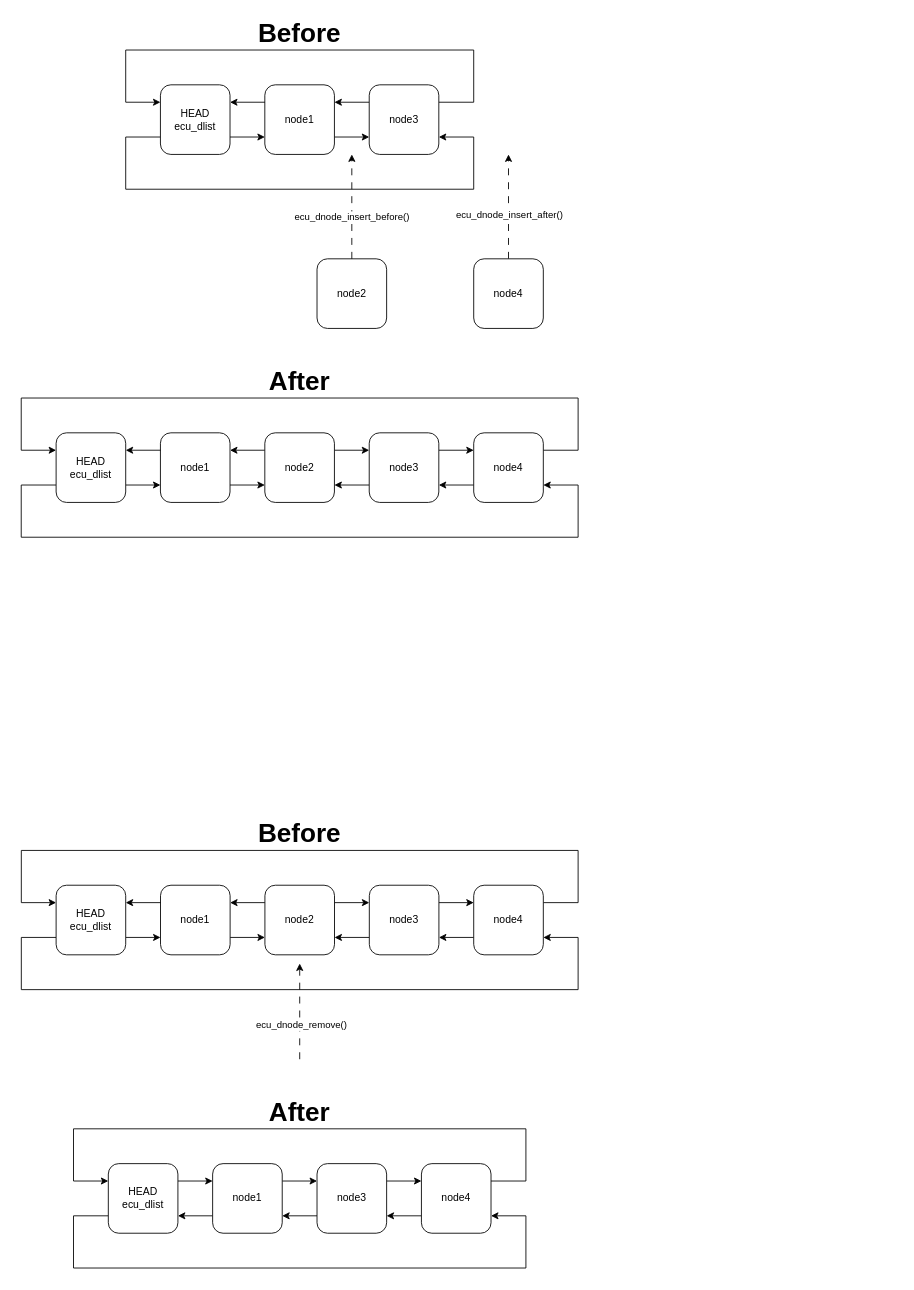
This is page "ecu_dnode_insert_before" (4 of 15) of doc/images/dlist/dlist.drawio from ress059/ecu, a draw.io file, before an edit. Source tidied: cells renumbered, new cells numbered last; positions are measured from the earlier drawing's top-left corner, leaving out a move shared by most shapes. Both pictures are drawn from the tidied source at 87%, with x=0, y=0 at pixel (21, 15).
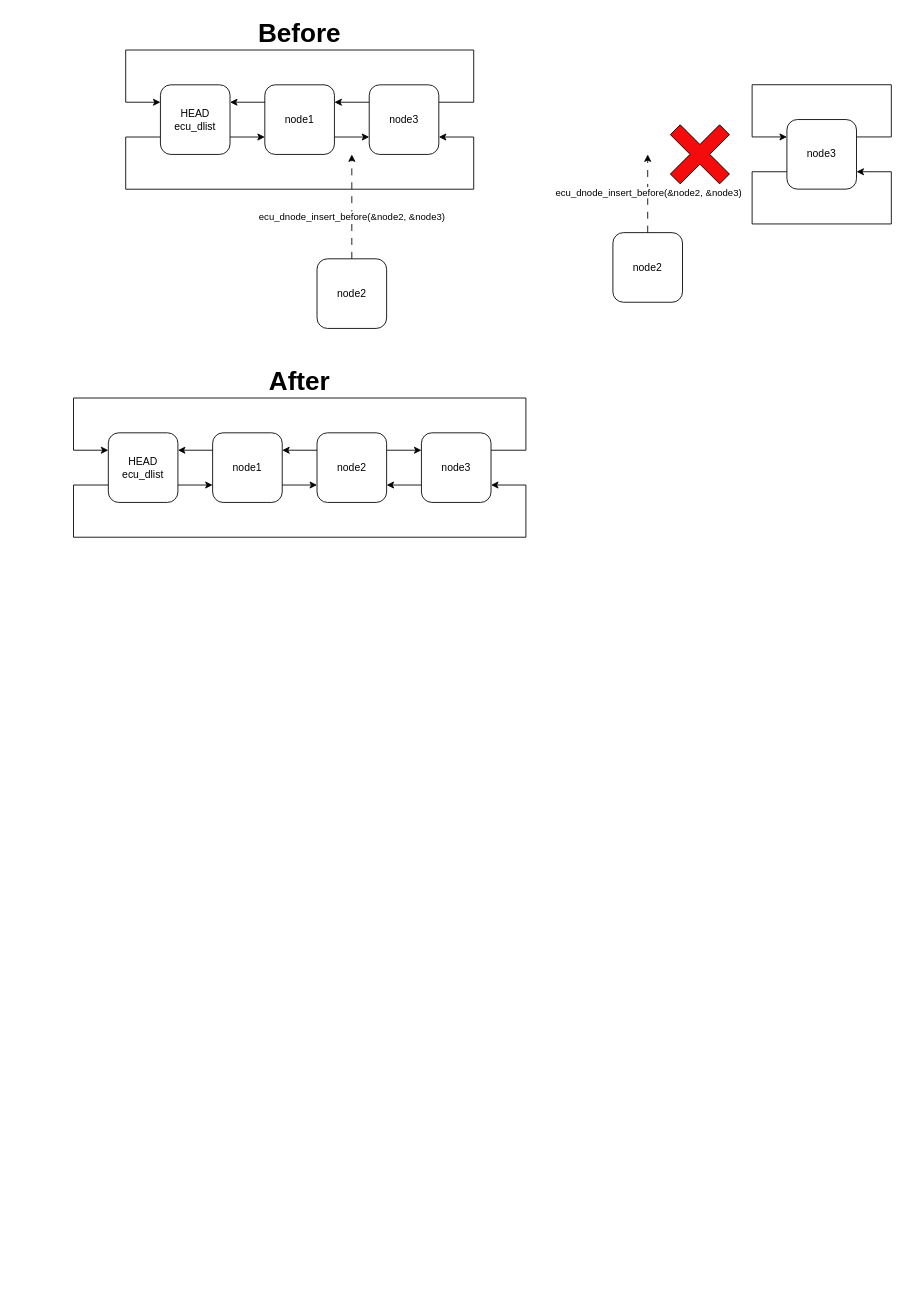
Above is the later version.

Unchanged cells that the change refers to:
```xml
<mxCell id="15" style="endArrow=classic;html=1;rounded=0;dashed=1;exitX=0.5;exitY=0;exitDx=0;exitDy=0;dashPattern=8 8;" parent="1" edge="1" source="11">
  <mxGeometry relative="1" as="geometry">
    <mxPoint x="379.9" y="160" as="targetPoint" />
  </mxGeometry>
</mxCell>
```

Diff of the diagram source:
```diff
@@
-    <mxCell id="12" style="edgeStyle=orthogonalEdgeStyle;rounded=0;jettySize=auto;html=1;dashed=1;dashPattern=8 8;exitX=0.5;exitY=0;exitDx=0;exitDy=0;" parent="1" edge="1" source="14">
-      <mxGeometry relative="1" as="geometry">
-        <mxPoint x="560" y="160" as="targetPoint" />
-        <Array as="points">
-          <mxPoint x="560" y="160" />
-        </Array>
-      </mxGeometry>
-    </mxCell>
-    <mxCell id="13" value="ecu_dnode_insert_after()" style="edgeLabel;html=1;align=center;verticalAlign=middle;" parent="12" vertex="1">
-      <mxGeometry x="-0.09" y="-1" relative="1" as="geometry">
-        <mxPoint x="-1" y="4" as="offset" />
-      </mxGeometry>
-    </mxCell>
-    <mxCell id="14" value="node4" style="rounded=1;whiteSpace=wrap;html=1;" parent="1" vertex="1">
-      <mxGeometry x="520" y="280" width="80" height="80" as="geometry" />
-    </mxCell>
@@
-    <mxCell id="16" value="ecu_dnode_insert_before()" style="edgeLabel;html=1;align=center;verticalAlign=middle;" parent="15" vertex="1">
+    <mxCell id="16" value="ecu_dnode_insert_before(&amp;amp;node2, &amp;amp;node3)" style="edgeLabel;html=1;align=center;verticalAlign=middle;" parent="15" vertex="1">
       <mxGeometry x="0.27" y="-2" relative="1" as="geometry">
         <mxPoint x="-2" y="27" as="offset" />
       </mxGeometry>
     </mxCell>
     <mxCell id="17" style="edgeStyle=orthogonalEdgeStyle;rounded=0;jettySize=auto;html=1;exitX=0;exitY=0.25;exitDx=0;exitDy=0;entryX=1;entryY=0.25;entryDx=0;entryDy=0;" parent="1" edge="1" source="20" target="23">
       <mxGeometry relative="1" as="geometry">
         <Array as="points">
-          <mxPoint x="179.9" y="500" />
-          <mxPoint x="179.9" y="500" />
+          <mxPoint x="239.9" y="500" />
+          <mxPoint x="239.9" y="500" />
         </Array>
       </mxGeometry>
     </mxCell>
-    <mxCell id="18" style="edgeStyle=orthogonalEdgeStyle;rounded=0;jettySize=auto;html=1;entryX=0;entryY=0.25;entryDx=0;entryDy=0;exitX=1;exitY=0.25;exitDx=0;exitDy=0;" parent="1" edge="1" source="31" target="23">
+    <mxCell id="18" style="edgeStyle=orthogonalEdgeStyle;rounded=0;jettySize=auto;html=1;entryX=0;entryY=0.25;entryDx=0;entryDy=0;exitX=1;exitY=0.25;exitDx=0;exitDy=0;" parent="1" edge="1" source="29" target="23">
       <mxGeometry relative="1" as="geometry">
         <Array as="points">
-          <mxPoint x="640" y="500" />
-          <mxPoint x="640" y="440" />
-          <mxPoint x="-0.1" y="440" />
-          <mxPoint x="-0.1" y="500" />
+          <mxPoint x="580" y="500" />
+          <mxPoint x="580" y="440" />
+          <mxPoint x="60" y="440" />
+          <mxPoint x="60" y="500" />
         </Array>
       </mxGeometry>
     </mxCell>
@@
     <mxCell id="20" value="node1" style="rounded=1;whiteSpace=wrap;html=1;" parent="1" vertex="1">
-      <mxGeometry x="159.9" y="480" width="80" height="80" as="geometry" />
+      <mxGeometry x="219.9" y="480" width="80" height="80" as="geometry" />
     </mxCell>
@@
-    <mxCell id="22" style="edgeStyle=orthogonalEdgeStyle;rounded=0;jettySize=auto;html=1;exitX=0;exitY=0.75;exitDx=0;exitDy=0;entryX=1;entryY=0.75;entryDx=0;entryDy=0;" parent="1" edge="1" source="23" target="31">
+    <mxCell id="22" style="edgeStyle=orthogonalEdgeStyle;rounded=0;jettySize=auto;html=1;exitX=0;exitY=0.75;exitDx=0;exitDy=0;entryX=1;entryY=0.75;entryDx=0;entryDy=0;" parent="1" edge="1" source="23" target="29">
       <mxGeometry relative="1" as="geometry">
         <Array as="points">
-          <mxPoint x="-0.1" y="540" />
-          <mxPoint x="-0.1" y="600" />
-          <mxPoint x="640" y="600" />
-          <mxPoint x="640" y="540" />
+          <mxPoint x="60" y="540" />
+          <mxPoint x="60" y="600" />
+          <mxPoint x="580" y="600" />
+          <mxPoint x="580" y="540" />
         </Array>
       </mxGeometry>
     </mxCell>
     <mxCell id="23" value="HEAD&lt;br&gt;ecu_dlist" style="rounded=1;whiteSpace=wrap;html=1;" parent="1" vertex="1">
-      <mxGeometry x="40" y="480" width="80" height="80" as="geometry" />
+      <mxGeometry x="100" y="480" width="80" height="80" as="geometry" />
     </mxCell>
@@
     <mxCell id="26" value="node2" style="rounded=1;whiteSpace=wrap;html=1;" parent="1" vertex="1">
-      <mxGeometry x="279.9" y="480" width="80" height="80" as="geometry" />
+      <mxGeometry x="339.9" y="480" width="80" height="80" as="geometry" />
     </mxCell>
@@
-    <mxCell id="28" style="edgeStyle=orthogonalEdgeStyle;rounded=0;jettySize=auto;html=1;exitX=1;exitY=0.25;exitDx=0;exitDy=0;entryX=0;entryY=0.25;entryDx=0;entryDy=0;" parent="1" edge="1" source="29" target="31">
-      <mxGeometry relative="1" as="geometry" />
-    </mxCell>
     <mxCell id="29" value="node3" style="rounded=1;whiteSpace=wrap;html=1;" parent="1" vertex="1">
-      <mxGeometry x="399.9" y="480" width="80" height="80" as="geometry" />
+      <mxGeometry x="459.9" y="480" width="80" height="80" as="geometry" />
     </mxCell>
-    <mxCell id="30" style="edgeStyle=orthogonalEdgeStyle;rounded=0;jettySize=auto;html=1;exitX=0;exitY=0.75;exitDx=0;exitDy=0;entryX=1;entryY=0.75;entryDx=0;entryDy=0;" parent="1" edge="1" source="31" target="29">
-      <mxGeometry relative="1" as="geometry" />
-    </mxCell>
-    <mxCell id="31" value="node4" style="rounded=1;whiteSpace=wrap;html=1;" parent="1" vertex="1">
-      <mxGeometry x="520" y="480" width="80" height="80" as="geometry" />
-    </mxCell>
@@
-    <mxCell id="34" style="edgeStyle=orthogonalEdgeStyle;rounded=0;jettySize=auto;html=1;entryX=0;entryY=0.25;entryDx=0;entryDy=0;exitX=1;exitY=0.25;exitDx=0;exitDy=0;" parent="1" edge="1" source="45" target="37">
-      <mxGeometry relative="1" as="geometry">
-        <Array as="points">
-          <mxPoint x="580" y="1340" />
-          <mxPoint x="580" y="1280" />
-          <mxPoint x="60" y="1280" />
-          <mxPoint x="60" y="1340" />
-        </Array>
-      </mxGeometry>
-    </mxCell>
-    <mxCell id="35" style="edgeStyle=orthogonalEdgeStyle;rounded=0;jettySize=auto;html=1;exitX=0;exitY=0.75;exitDx=0;exitDy=0;entryX=1;entryY=0.75;entryDx=0;entryDy=0;" parent="1" edge="1" source="37" target="45">
-      <mxGeometry relative="1" as="geometry">
-        <Array as="points">
-          <mxPoint x="60" y="1380" />
-          <mxPoint x="60" y="1440" />
-          <mxPoint x="580" y="1440" />
-          <mxPoint x="580" y="1380" />
-        </Array>
-      </mxGeometry>
-    </mxCell>
-    <mxCell id="36" style="edgeStyle=orthogonalEdgeStyle;rounded=0;jettySize=auto;html=1;exitX=1;exitY=0.25;exitDx=0;exitDy=0;entryX=0;entryY=0.25;entryDx=0;entryDy=0;" parent="1" edge="1" source="37" target="40">
-      <mxGeometry relative="1" as="geometry" />
-    </mxCell>
-    <mxCell id="37" value="HEAD&lt;br&gt;ecu_dlist" style="rounded=1;whiteSpace=wrap;html=1;" parent="1" vertex="1">
-      <mxGeometry x="100" y="1320" width="80" height="80" as="geometry" />
-    </mxCell>
-    <mxCell id="38" style="edgeStyle=orthogonalEdgeStyle;rounded=0;jettySize=auto;html=1;exitX=1;exitY=0.25;exitDx=0;exitDy=0;entryX=0;entryY=0.25;entryDx=0;entryDy=0;" parent="1" edge="1" source="40" target="43">
-      <mxGeometry relative="1" as="geometry" />
-    </mxCell>
-    <mxCell id="39" style="edgeStyle=orthogonalEdgeStyle;rounded=0;jettySize=auto;html=1;exitX=0;exitY=0.75;exitDx=0;exitDy=0;entryX=1;entryY=0.75;entryDx=0;entryDy=0;" parent="1" edge="1" source="40" target="37">
-      <mxGeometry relative="1" as="geometry" />
-    </mxCell>
-    <mxCell id="40" value="node1" style="rounded=1;whiteSpace=wrap;html=1;" parent="1" vertex="1">
-      <mxGeometry x="219.9" y="1320" width="80" height="80" as="geometry" />
-    </mxCell>
-    <mxCell id="41" style="edgeStyle=orthogonalEdgeStyle;rounded=0;jettySize=auto;html=1;exitX=0;exitY=0.75;exitDx=0;exitDy=0;entryX=1;entryY=0.75;entryDx=0;entryDy=0;" parent="1" edge="1" source="43" target="40">
-      <mxGeometry relative="1" as="geometry" />
-    </mxCell>
-    <mxCell id="42" style="edgeStyle=orthogonalEdgeStyle;rounded=0;jettySize=auto;html=1;exitX=1;exitY=0.25;exitDx=0;exitDy=0;entryX=0;entryY=0.25;entryDx=0;entryDy=0;" parent="1" edge="1" source="43" target="45">
-      <mxGeometry relative="1" as="geometry" />
-    </mxCell>
-    <mxCell id="43" value="node3" style="rounded=1;whiteSpace=wrap;html=1;" parent="1" vertex="1">
-      <mxGeometry x="339.9" y="1320" width="80" height="80" as="geometry" />
-    </mxCell>
-    <mxCell id="44" style="edgeStyle=orthogonalEdgeStyle;rounded=0;jettySize=auto;html=1;exitX=0;exitY=0.75;exitDx=0;exitDy=0;entryX=1;entryY=0.75;entryDx=0;entryDy=0;" parent="1" edge="1" source="45" target="43">
-      <mxGeometry relative="1" as="geometry" />
-    </mxCell>
-    <mxCell id="45" value="node4" style="rounded=1;whiteSpace=wrap;html=1;" parent="1" vertex="1">
-      <mxGeometry x="459.9" y="1320" width="80" height="80" as="geometry" />
-    </mxCell>
-    <mxCell id="46" value="&lt;b&gt;&lt;font style=&quot;font-size: 30px;&quot;&gt;After&lt;/font&gt;&lt;/b&gt;" style="text;html=1;strokeColor=none;fillColor=none;align=center;verticalAlign=middle;whiteSpace=wrap;rounded=0;" parent="1" vertex="1">
-      <mxGeometry x="259.9" y="1240" width="120" height="40" as="geometry" />
-    </mxCell>
-    <mxCell id="47" style="endArrow=classic;html=1;rounded=0;dashed=1;dashPattern=8 8;" parent="1" edge="1">
-      <mxGeometry relative="1" as="geometry">
-        <mxPoint x="320" y="1200" as="sourcePoint" />
-        <mxPoint x="320" y="1090" as="targetPoint" />
-      </mxGeometry>
-    </mxCell>
-    <mxCell id="48" value="ecu_dnode_remove()" style="edgeLabel;html=1;align=center;verticalAlign=middle;" parent="47" vertex="1">
-      <mxGeometry x="-0.29" y="-4" relative="1" as="geometry">
-        <mxPoint x="-3" y="-1" as="offset" />
-      </mxGeometry>
-    </mxCell>
-    <mxCell id="49" style="edgeStyle=orthogonalEdgeStyle;rounded=0;jettySize=auto;html=1;exitX=0;exitY=0.25;exitDx=0;exitDy=0;entryX=1;entryY=0.25;entryDx=0;entryDy=0;" parent="1" edge="1" source="52" target="55">
-      <mxGeometry relative="1" as="geometry">
-        <Array as="points">
-          <mxPoint x="180" y="1020" />
-          <mxPoint x="180" y="1020" />
-        </Array>
-      </mxGeometry>
-    </mxCell>
-    <mxCell id="50" style="edgeStyle=orthogonalEdgeStyle;rounded=0;jettySize=auto;html=1;entryX=0;entryY=0.25;entryDx=0;entryDy=0;exitX=1;exitY=0.25;exitDx=0;exitDy=0;" parent="1" edge="1" source="63" target="55">
-      <mxGeometry relative="1" as="geometry">
-        <Array as="points">
-          <mxPoint x="640" y="1020" />
-          <mxPoint x="640" y="960" />
-          <mxPoint y="960" />
-          <mxPoint y="1020" />
-        </Array>
-      </mxGeometry>
-    </mxCell>
-    <mxCell id="51" style="edgeStyle=orthogonalEdgeStyle;rounded=0;jettySize=auto;html=1;exitX=1;exitY=0.75;exitDx=0;exitDy=0;entryX=0;entryY=0.75;entryDx=0;entryDy=0;" parent="1" edge="1" source="52" target="58">
-      <mxGeometry relative="1" as="geometry" />
-    </mxCell>
-    <mxCell id="52" value="node1" style="rounded=1;whiteSpace=wrap;html=1;" parent="1" vertex="1">
-      <mxGeometry x="160" y="1000" width="80" height="80" as="geometry" />
-    </mxCell>
-    <mxCell id="53" style="edgeStyle=orthogonalEdgeStyle;rounded=0;jettySize=auto;html=1;exitX=1;exitY=0.75;exitDx=0;exitDy=0;entryX=0;entryY=0.75;entryDx=0;entryDy=0;" parent="1" edge="1" source="55" target="52">
-      <mxGeometry relative="1" as="geometry" />
-    </mxCell>
-    <mxCell id="54" style="edgeStyle=orthogonalEdgeStyle;rounded=0;jettySize=auto;html=1;exitX=0;exitY=0.75;exitDx=0;exitDy=0;entryX=1;entryY=0.75;entryDx=0;entryDy=0;" parent="1" edge="1" source="55" target="63">
-      <mxGeometry relative="1" as="geometry">
-        <Array as="points">
-          <mxPoint y="1060" />
-          <mxPoint y="1120" />
-          <mxPoint x="640" y="1120" />
-          <mxPoint x="640" y="1060" />
-        </Array>
-      </mxGeometry>
-    </mxCell>
-    <mxCell id="55" value="HEAD&lt;br&gt;ecu_dlist" style="rounded=1;whiteSpace=wrap;html=1;" parent="1" vertex="1">
-      <mxGeometry x="40" y="1000" width="80" height="80" as="geometry" />
-    </mxCell>
-    <mxCell id="56" style="edgeStyle=orthogonalEdgeStyle;rounded=0;jettySize=auto;html=1;exitX=0;exitY=0.25;exitDx=0;exitDy=0;entryX=1;entryY=0.25;entryDx=0;entryDy=0;" parent="1" edge="1" source="58" target="52">
-      <mxGeometry relative="1" as="geometry" />
-    </mxCell>
-    <mxCell id="57" style="edgeStyle=orthogonalEdgeStyle;rounded=0;jettySize=auto;html=1;exitX=1;exitY=0.25;exitDx=0;exitDy=0;entryX=0;entryY=0.25;entryDx=0;entryDy=0;" parent="1" edge="1" source="58" target="61">
-      <mxGeometry relative="1" as="geometry" />
-    </mxCell>
     <mxCell id="58" value="node2" style="rounded=1;whiteSpace=wrap;html=1;" parent="1" vertex="1">
-      <mxGeometry x="280" y="1000" width="80" height="80" as="geometry" />
+      <mxGeometry x="680" y="249.9" width="80" height="80" as="geometry" />
     </mxCell>
-    <mxCell id="59" style="edgeStyle=orthogonalEdgeStyle;rounded=0;jettySize=auto;html=1;exitX=0;exitY=0.75;exitDx=0;exitDy=0;entryX=1;entryY=0.75;entryDx=0;entryDy=0;" parent="1" edge="1" source="61" target="58">
-      <mxGeometry relative="1" as="geometry" />
-    </mxCell>
-    <mxCell id="60" style="edgeStyle=orthogonalEdgeStyle;rounded=0;jettySize=auto;html=1;exitX=1;exitY=0.25;exitDx=0;exitDy=0;entryX=0;entryY=0.25;entryDx=0;entryDy=0;" parent="1" edge="1" source="61" target="63">
-      <mxGeometry relative="1" as="geometry" />
-    </mxCell>
-    <mxCell id="61" value="node3" style="rounded=1;whiteSpace=wrap;html=1;" parent="1" vertex="1">
-      <mxGeometry x="400" y="1000" width="80" height="80" as="geometry" />
-    </mxCell>
-    <mxCell id="62" style="edgeStyle=orthogonalEdgeStyle;rounded=0;jettySize=auto;html=1;exitX=0;exitY=0.75;exitDx=0;exitDy=0;entryX=1;entryY=0.75;entryDx=0;entryDy=0;" parent="1" edge="1" source="63" target="61">
-      <mxGeometry relative="1" as="geometry" />
-    </mxCell>
-    <mxCell id="63" value="node4" style="rounded=1;whiteSpace=wrap;html=1;" parent="1" vertex="1">
-      <mxGeometry x="520" y="1000" width="80" height="80" as="geometry" />
-    </mxCell>
-    <mxCell id="64" value="&lt;b&gt;&lt;font style=&quot;font-size: 30px;&quot;&gt;Before&lt;/font&gt;&lt;/b&gt;" style="text;html=1;strokeColor=none;fillColor=none;align=center;verticalAlign=middle;whiteSpace=wrap;rounded=0;" parent="1" vertex="1">
-      <mxGeometry x="260" y="920" width="120" height="40" as="geometry" />
-    </mxCell>
+    <mxCell id="65" style="shape=cross;whiteSpace=wrap;html=1;rotation=45;fillColor=#f40b0b;" parent="1" vertex="1">
+      <mxGeometry x="740" y="119.9" width="80" height="80" as="geometry" />
+    </mxCell>
+    <mxCell id="66" style="edgeStyle=orthogonalEdgeStyle;rounded=0;orthogonalLoop=1;jettySize=auto;html=1;entryX=0;entryY=0.25;entryDx=0;entryDy=0;exitX=1;exitY=0.25;exitDx=0;exitDy=0;" parent="1" edge="1" source="68" target="68">
+      <mxGeometry relative="1" as="geometry">
+        <Array as="points">
+          <mxPoint x="1000" y="139.9" />
+          <mxPoint x="1000" y="79.9" />
+          <mxPoint x="840" y="79.9" />
+          <mxPoint x="840" y="139.9" />
+        </Array>
+      </mxGeometry>
+    </mxCell>
+    <mxCell id="67" style="edgeStyle=orthogonalEdgeStyle;rounded=0;orthogonalLoop=1;jettySize=auto;html=1;exitX=0;exitY=0.75;exitDx=0;exitDy=0;entryX=1;entryY=0.75;entryDx=0;entryDy=0;" parent="1" edge="1" source="68" target="68">
+      <mxGeometry relative="1" as="geometry">
+        <Array as="points">
+          <mxPoint x="840" y="179.9" />
+          <mxPoint x="840" y="239.9" />
+          <mxPoint x="1000" y="239.9" />
+          <mxPoint x="1000" y="179.9" />
+        </Array>
+      </mxGeometry>
+    </mxCell>
+    <mxCell id="68" value="node3" style="rounded=1;whiteSpace=wrap;html=1;" parent="1" vertex="1">
+      <mxGeometry x="880" y="119.9" width="80" height="80" as="geometry" />
+    </mxCell>
+    <mxCell id="69" style="endArrow=classic;html=1;rounded=0;dashed=1;exitX=0.5;exitY=0;exitDx=0;exitDy=0;dashPattern=8 8;" parent="1" edge="1" source="58">
+      <mxGeometry relative="1" as="geometry">
+        <mxPoint x="720" y="160" as="targetPoint" />
+      </mxGeometry>
+    </mxCell>
+    <mxCell id="70" value="ecu_dnode_insert_before(&amp;amp;node2, &amp;amp;node3)" style="edgeLabel;html=1;align=center;verticalAlign=middle;" parent="69" vertex="1">
+      <mxGeometry x="0.27" y="-2" relative="1" as="geometry">
+        <mxPoint x="-2" y="11" as="offset" />
+      </mxGeometry>
+    </mxCell>
```
